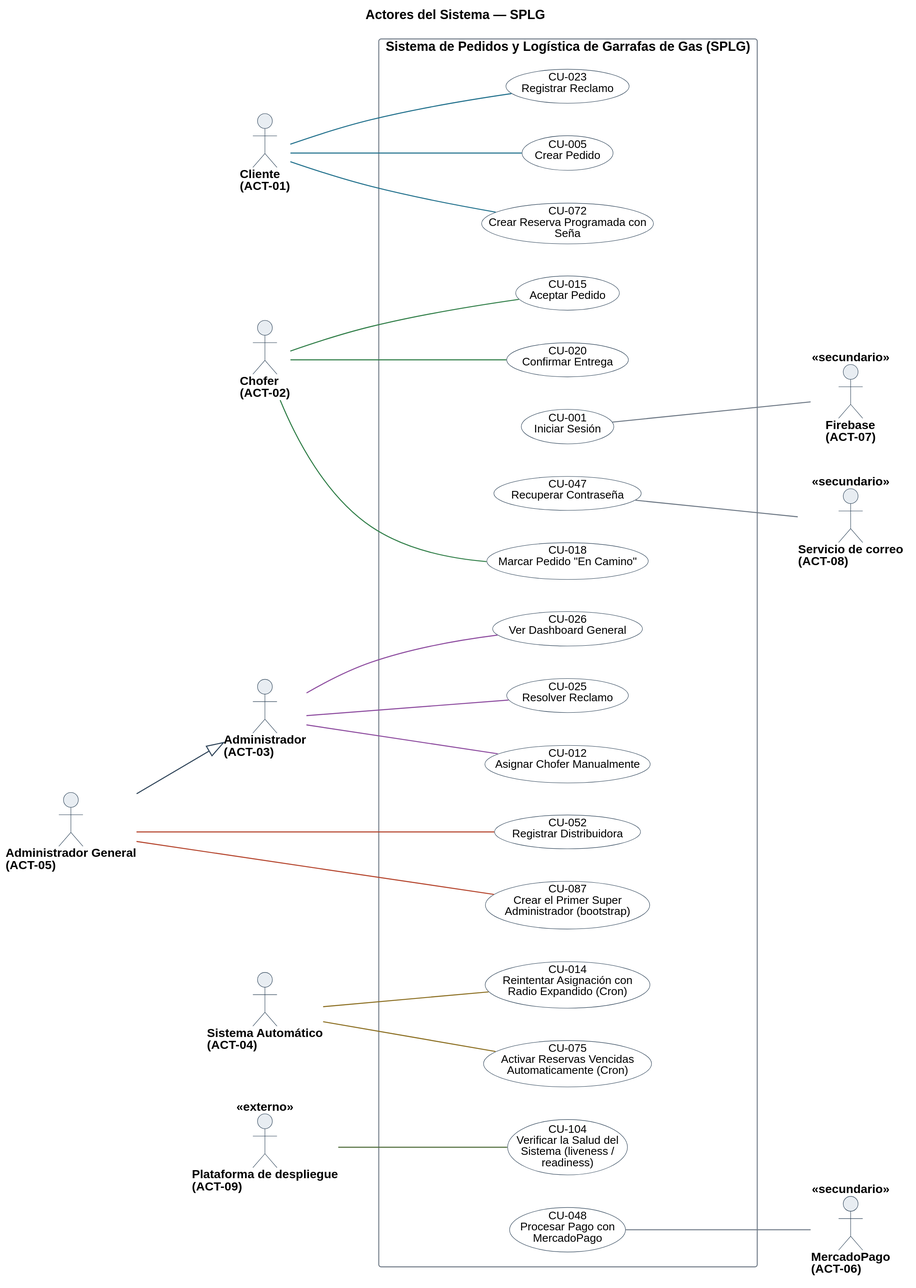
The PlantUML diagram diagramas/uml/CU_Sistema_Actores.svg in Nahuelito-Dev/splg-docs, before a commit.
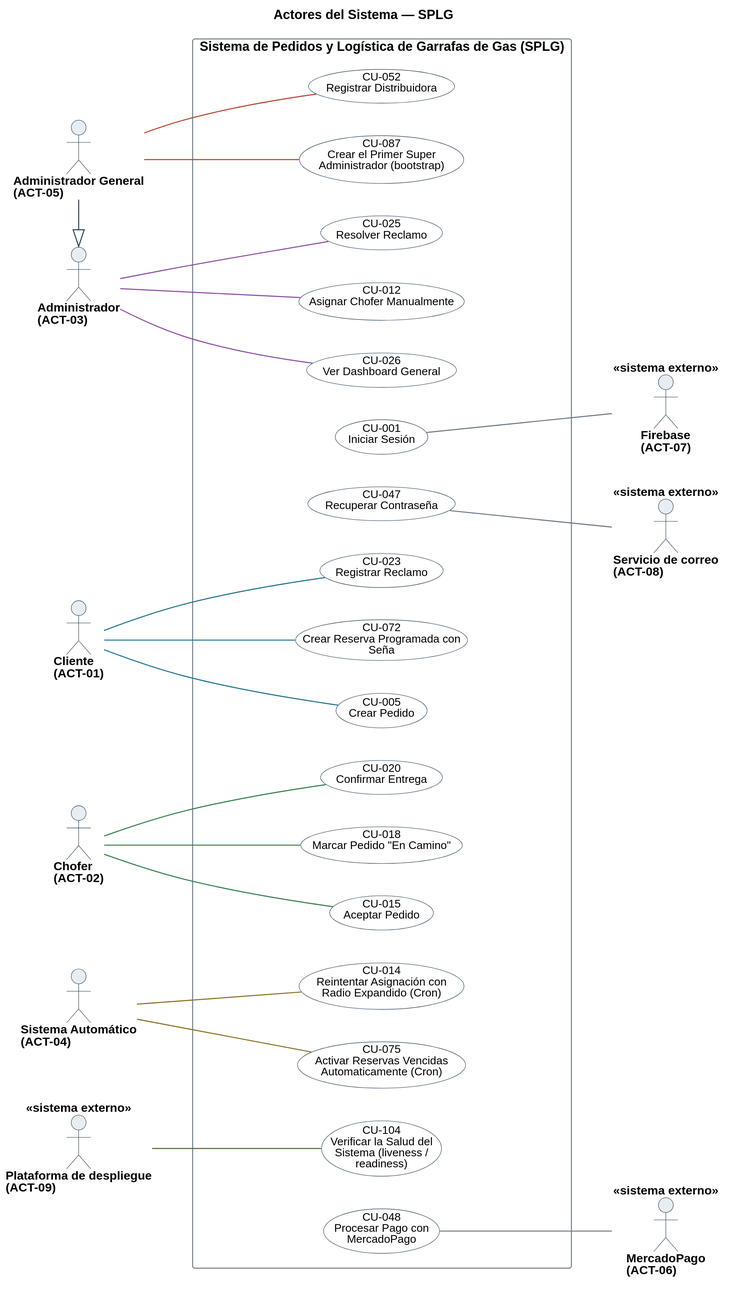
Later version of the same file.

What changed in the source:
```diff
@@ -30,10 +30,10 @@
 actor "Administrador\n(ACT-03)" as A03
 actor "Administrador General\n(ACT-05)" as A05
 actor "Sistema Automático\n(ACT-04)" as A04
-actor "MercadoPago\n(ACT-06)" as A06 <<secundario>>
-actor "Firebase\n(ACT-07)" as A07 <<secundario>>
-actor "Servicio de correo\n(ACT-08)" as A08 <<secundario>>
-actor "Plataforma de despliegue\n(ACT-09)" as A09 <<externo>>
+actor "MercadoPago\n(ACT-06)" as A06 <<sistema externo>>
+actor "Firebase\n(ACT-07)" as A07 <<sistema externo>>
+actor "Servicio de correo\n(ACT-08)" as A08 <<sistema externo>>
+actor "Plataforma de despliegue\n(ACT-09)" as A09 <<sistema externo>>
 
 rectangle "Sistema de Pedidos y Logística de Garrafas de Gas (SPLG)" {
   usecase "CU-001\nIniciar Sesión" as U001 #back:FFFFFF;line:2C4257
@@ -73,5 +73,5 @@
 U047 -[#6B7683]- A08
 A09 -[#4F6D3A]- U104
 
-A05 --|> A03
+A05 -right-|> A03
 @enduml
```
